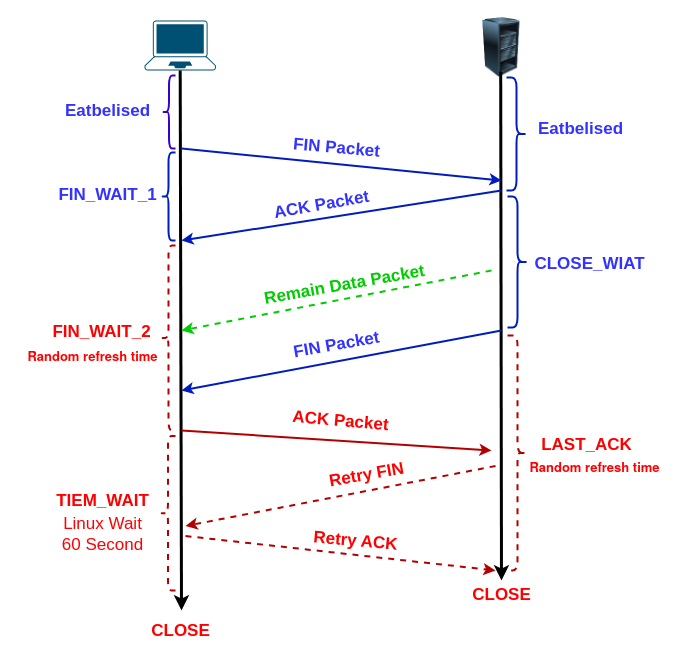
Above: tcp-close-connect.drawio in auula/draw.io (draw.io), before the change. Source tidied: cells renumbered, new cells numbered last; positions are measured from the earlier drawing's top-left corner, leaving out a move shared by most shapes. Both pictures are drawn from the tidied source at 100%, with x=0, y=0 at pixel (17, 17).
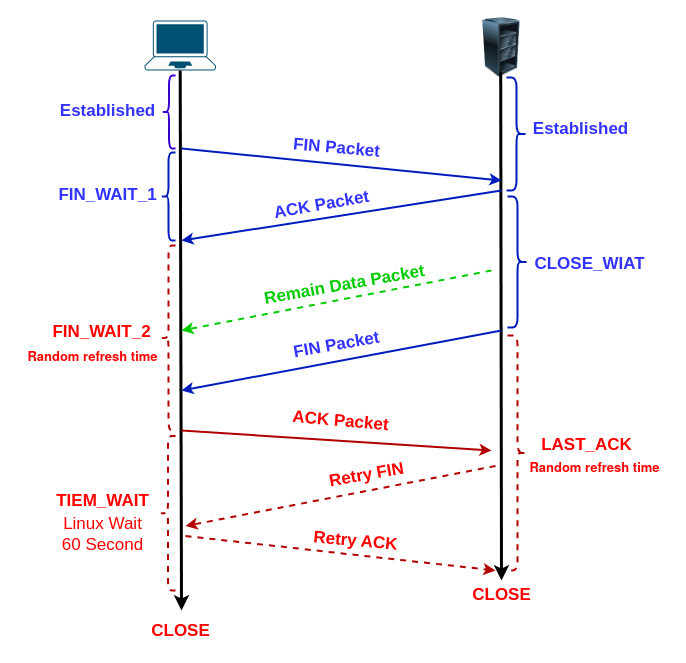
The same diagram, later.

What changed in the source:
```diff
@@
-    <mxCell id="7" value="&lt;b&gt;&lt;font color=&quot;#3333ff&quot; style=&quot;font-size: 17px;&quot;&gt;Eatbelised&lt;/font&gt;&lt;/b&gt;" style="text;html=1;align=center;verticalAlign=middle;strokeColor=none;fillColor=none;" parent="1" vertex="1">
-      <mxGeometry x="35" y="78.5" width="110" height="30" as="geometry" />
+    <mxCell id="7" value="&lt;font color=&quot;#3333ff&quot;&gt;&lt;span style=&quot;font-size: 17px;&quot;&gt;&lt;b&gt;Established&lt;/b&gt;&lt;/span&gt;&lt;/font&gt;" style="text;html=1;align=center;verticalAlign=middle;strokeColor=none;fillColor=none;" parent="1" vertex="1">
+      <mxGeometry x="30" y="78.5" width="120" height="30" as="geometry" />
     </mxCell>
-    <mxCell id="8" value="&lt;b&gt;&lt;font color=&quot;#3333ff&quot; style=&quot;font-size: 17px;&quot;&gt;Eatbelised&lt;/font&gt;&lt;/b&gt;" style="text;html=1;align=center;verticalAlign=middle;strokeColor=none;fillColor=none;" parent="1" vertex="1">
-      <mxGeometry x="508" y="96.5" width="110" height="30" as="geometry" />
+    <mxCell id="8" value="&lt;font color=&quot;#3333ff&quot;&gt;&lt;span style=&quot;font-size: 17px;&quot;&gt;&lt;b&gt;Established&lt;/b&gt;&lt;/span&gt;&lt;/font&gt;" style="text;html=1;align=center;verticalAlign=middle;strokeColor=none;fillColor=none;" parent="1" vertex="1">
+      <mxGeometry x="503" y="96.5" width="120" height="30" as="geometry" />
     </mxCell>
```
